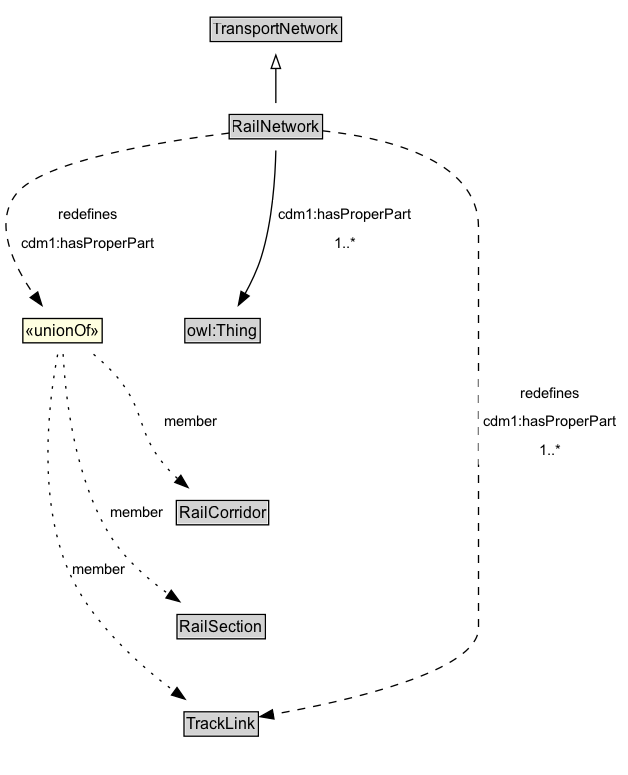
Before: docs/diagrams/RailNetwork.dot.png, a diagram exported from Graphviz (ISO-TC204/ontology-cdm-p3-v1). Its source is kept beside it as docs/diagrams/RailNetwork.dot.
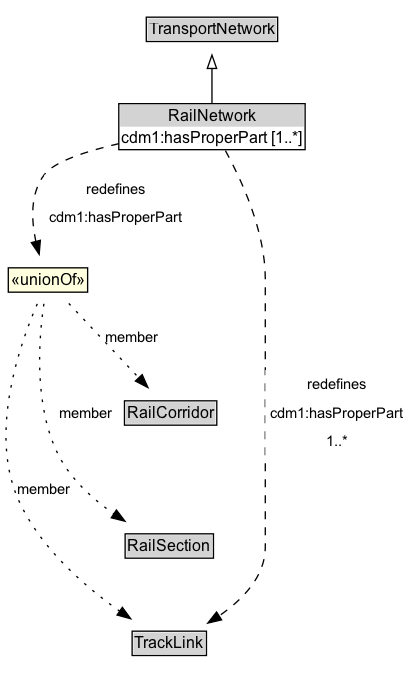
The same file after the commit.

Change to the diagram source:
```diff
@@ -6,33 +6,29 @@
 		rank=source
 		TransportNetwork [label=<<TABLE BORDER="1" CELLBORDER="0" CELLSPACING="0" CELLPADDING="1"><TR><TD BGCOLOR="lightgray" ALIGN="CENTER">TransportNetwork</TD></TR></TABLE>> URL="../TransportNetwork" margin=0]
 	}
-	RailNetwork [label=<<TABLE BORDER="1" CELLBORDER="0" CELLSPACING="0" CELLPADDING="1"><TR><TD BGCOLOR="lightgray" ALIGN="CENTER">RailNetwork</TD></TR></TABLE>> URL="../RailNetwork" margin=0]
+	RailNetwork [label=<<TABLE BORDER="1" CELLBORDER="0" CELLSPACING="0" CELLPADDING="1"><TR><TD BGCOLOR="lightgray" ALIGN="CENTER">RailNetwork</TD></TR><TR><TD ALIGN="LEFT">cdm1:hasProperPart [1..*]</TD></TR></TABLE>> URL="../RailNetwork" margin=0]
 	{
 		rank=max
 	}
 	subgraph cluster_associated {
 		label="" style=invis
 		Invis [label=<<TABLE BORDER="0" CELLBORDER="0" CELLSPACING="0" CELLPADDING="1"><TR><TD></TD></TR></TABLE>> margin=0 style=invis]
-		owl_Thing [label=<<TABLE BORDER="1" CELLBORDER="0" CELLSPACING="0" CELLPADDING="1"><TR><TD BGCOLOR="lightgray" ALIGN="CENTER">owl:Thing</TD></TR></TABLE>> URL="https://w3id.org/citydata/imported/owl/latest/Thing" margin=0]
 		RailCorridor [label=<<TABLE BORDER="1" CELLBORDER="0" CELLSPACING="0" CELLPADDING="1"><TR><TD BGCOLOR="lightgray" ALIGN="CENTER">RailCorridor</TD></TR></TABLE>> URL="../RailCorridor" margin=0]
 		RailSection [label=<<TABLE BORDER="1" CELLBORDER="0" CELLSPACING="0" CELLPADDING="1"><TR><TD BGCOLOR="lightgray" ALIGN="CENTER">RailSection</TD></TR></TABLE>> URL="../RailSection" margin=0]
 		TrackLink [label=<<TABLE BORDER="1" CELLBORDER="0" CELLSPACING="0" CELLPADDING="1"><TR><TD BGCOLOR="lightgray" ALIGN="CENTER">TrackLink</TD></TR></TABLE>> URL="../TrackLink" margin=0]
 	}
 	RailNetwork -> TransportNetwork [arrowhead=onormal style=solid]
 	RailNetwork -> Invis [style=invis]
-	Invis -> owl_Thing [style=invis]
-	owl_Thing -> RailCorridor [style=invis]
+	Invis -> RailCorridor [style=invis]
 	RailCorridor -> RailSection [style=invis]
 	RailSection -> TrackLink [style=invis]
-	n6cdb34b94ee24737adcb98601c0c2c6bb5 [label=<<TABLE BORDER="1" CELLBORDER="0" CELLSPACING="0" CELLPADDING="1" BGCOLOR="lightyellow"><TR><TD ALIGN="CENTER">«unionOf»</TD></TR></TABLE>> margin=0]
+	n07c1fe2cc8ba44aab7f111e85edd4de9b5 [label=<<TABLE BORDER="1" CELLBORDER="0" CELLSPACING="0" CELLPADDING="1" BGCOLOR="lightyellow"><TR><TD ALIGN="CENTER">«unionOf»</TD></TR></TABLE>> margin=0]
 	RailCorridor [label=<<TABLE BORDER="1" CELLBORDER="0" CELLSPACING="0" CELLPADDING="1"><TR><TD BGCOLOR="lightgray" ALIGN="CENTER">RailCorridor</TD></TR></TABLE>> URL="../RailCorridor" margin=0]
-	n6cdb34b94ee24737adcb98601c0c2c6bb5 -> RailCorridor [label=member arrowhead=normal style=dotted]
+	n07c1fe2cc8ba44aab7f111e85edd4de9b5 -> RailCorridor [label=member arrowhead=normal style=dotted]
 	RailSection [label=<<TABLE BORDER="1" CELLBORDER="0" CELLSPACING="0" CELLPADDING="1"><TR><TD BGCOLOR="lightgray" ALIGN="CENTER">RailSection</TD></TR></TABLE>> URL="../RailSection" margin=0]
-	n6cdb34b94ee24737adcb98601c0c2c6bb5 -> RailSection [label=member arrowhead=normal style=dotted]
+	n07c1fe2cc8ba44aab7f111e85edd4de9b5 -> RailSection [label=member arrowhead=normal style=dotted]
 	TrackLink [label=<<TABLE BORDER="1" CELLBORDER="0" CELLSPACING="0" CELLPADDING="1"><TR><TD BGCOLOR="lightgray" ALIGN="CENTER">TrackLink</TD></TR></TABLE>> URL="../TrackLink" margin=0]
-	n6cdb34b94ee24737adcb98601c0c2c6bb5 -> TrackLink [label=member arrowhead=normal style=dotted]
-	RailNetwork -> n6cdb34b94ee24737adcb98601c0c2c6bb5 [label=<<TABLE BORDER="0" CELLBORDER="0" CELLSPACING="0" CELLPADDING="4" BGCOLOR="white"><TR><TD ALIGN="CENTER">redefines</TD></TR><TR><TD ALIGN="CENTER">cdm1:hasProperPart</TD></TR></TABLE>> arrowhead=normal style=dashed]
+	n07c1fe2cc8ba44aab7f111e85edd4de9b5 -> TrackLink [label=member arrowhead=normal style=dotted]
+	RailNetwork -> n07c1fe2cc8ba44aab7f111e85edd4de9b5 [label=<<TABLE BORDER="0" CELLBORDER="0" CELLSPACING="0" CELLPADDING="4" BGCOLOR="white"><TR><TD ALIGN="CENTER">redefines</TD></TR><TR><TD ALIGN="CENTER">cdm1:hasProperPart</TD></TR></TABLE>> arrowhead=normal style=dashed]
 	RailNetwork -> TrackLink [label=<<TABLE BORDER="0" CELLBORDER="0" CELLSPACING="0" CELLPADDING="4" BGCOLOR="white"><TR><TD ALIGN="CENTER">redefines</TD></TR><TR><TD ALIGN="CENTER">cdm1:hasProperPart</TD></TR><TR><TD ALIGN="CENTER">1..*</TD></TR></TABLE>> arrowhead=normal style=dashed]
-	owl_Thing [label=<<TABLE BORDER="1" CELLBORDER="0" CELLSPACING="0" CELLPADDING="1"><TR><TD BGCOLOR="lightgray" ALIGN="CENTER">owl:Thing</TD></TR></TABLE>> URL="https://w3id.org/citydata/imported/owl/latest/Thing" margin=0]
-	RailNetwork -> owl_Thing [label=<<TABLE BORDER="0" CELLBORDER="0" CELLSPACING="0" CELLPADDING="4" BGCOLOR="white"><TR><TD ALIGN="CENTER">cdm1:hasProperPart</TD></TR><TR><TD ALIGN="CENTER">1..*</TD></TR></TABLE>> arrowhead=normal style=solid]
 }
```
